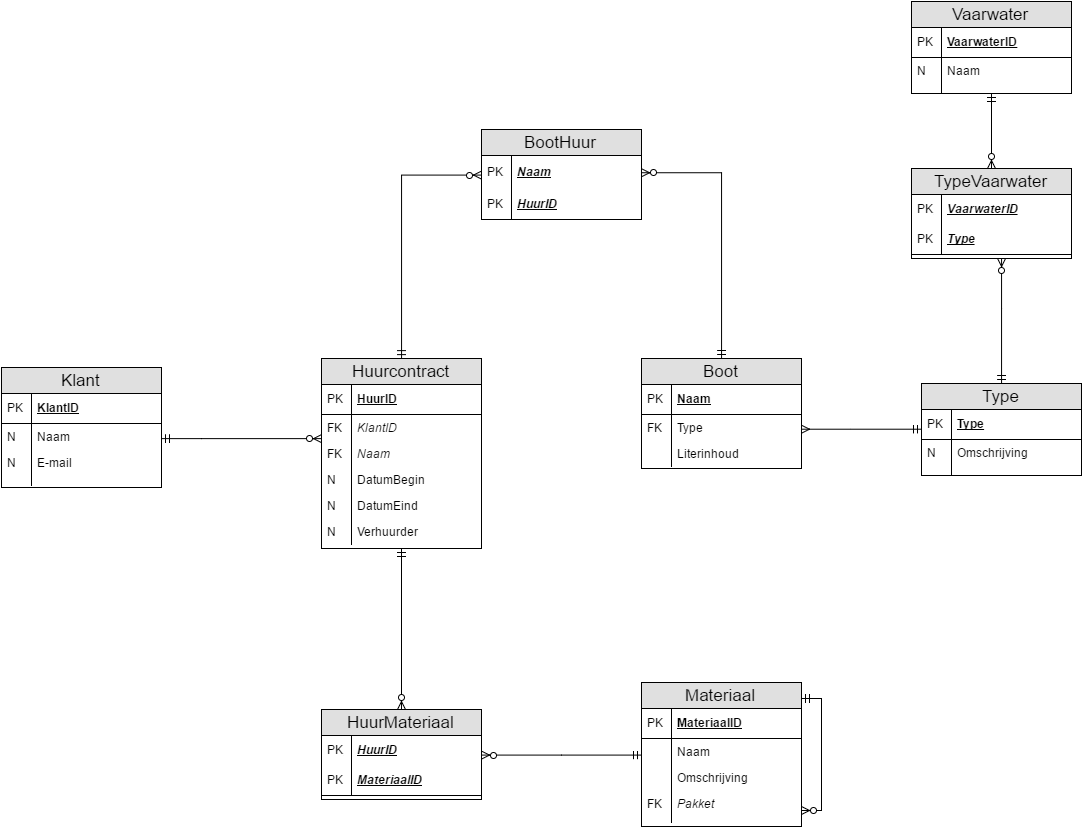
Above: Database model 't Sloepke.png in FireRageNL/LivePerformance (draw.io), before the change. Source tidied: cells renumbered, new cells last; positions are measured from the earlier drawing's top-left corner, leaving out a move shared by most shapes.
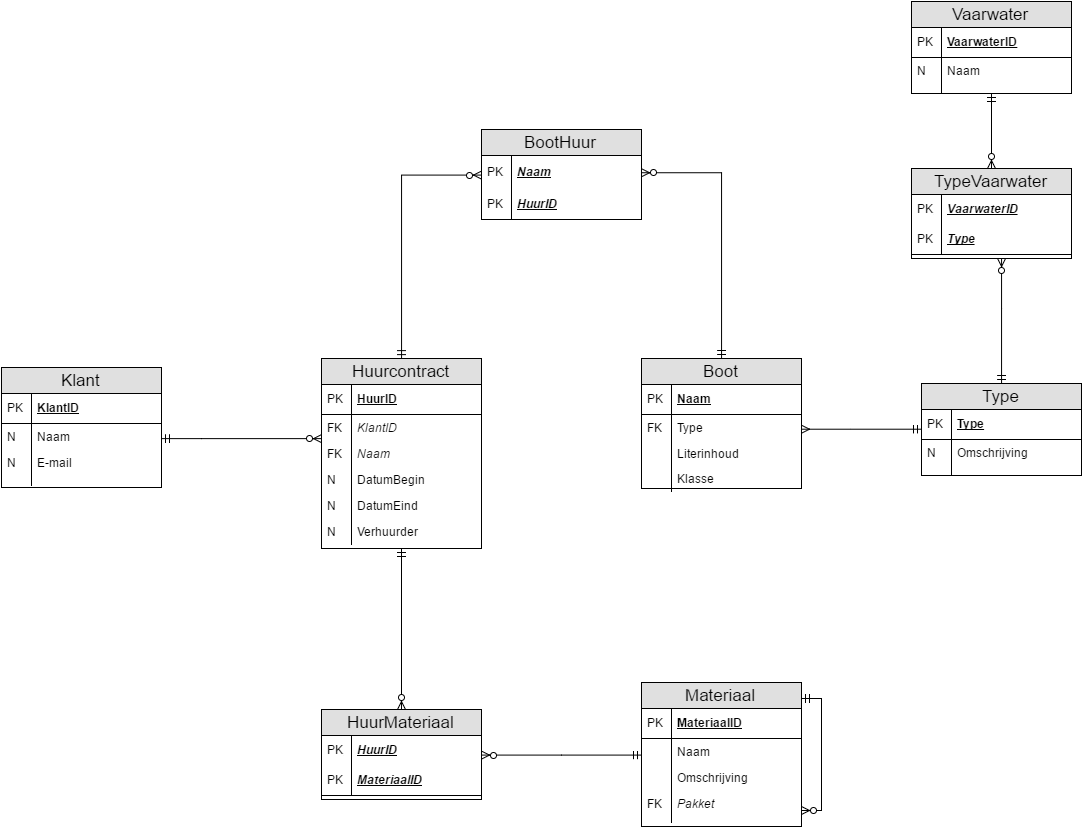
Above is the later version.

Commit message:
Testplan gemaakt en kleine fix aan database model en klassendiagram.

Change to the diagram source:
```diff
@@ -74,7 +74,7 @@
       <mxGeometry relative="1" as="geometry" />
     </mxCell>
     <mxCell id="24" value="Boot" style="swimlane;html=1;fontStyle=0;horizontal=1;startSize=26;fillColor=#e0e0e0;swimlaneFillColor=#ffffff;align=center;fontSize=17;" parent="1" vertex="1">
-      <mxGeometry x="640" y="357" width="160" height="110" as="geometry" />
+      <mxGeometry x="640" y="357" width="160" height="130" as="geometry" />
     </mxCell>
     <mxCell id="25" value="Naam" style="shape=partialRectangle;top=0;left=0;right=0;bottom=1;html=1;align=left;verticalAlign=middle;fillColor=none;spacingLeft=34;spacingRight=4;whiteSpace=wrap;overflow=hidden;fontStyle=5;" parent="24" vertex="1">
       <mxGeometry y="26" width="160" height="30" as="geometry" />
@@ -257,5 +257,11 @@
     <mxCell id="77" value="N" style="shape=partialRectangle;top=0;left=0;bottom=0;html=1;fillColor=none;align=left;verticalAlign=top;spacingLeft=4;spacingRight=4;whiteSpace=wrap;overflow=hidden;" parent="76" vertex="1">
       <mxGeometry width="30" height="26" as="geometry" />
     </mxCell>
+    <mxCell id="78" value="Klasse" style="shape=partialRectangle;top=0;left=0;right=0;bottom=0;html=1;align=left;verticalAlign=top;fillColor=none;spacingLeft=34;spacingRight=4;whiteSpace=wrap;overflow=hidden;" parent="1" vertex="1">
+      <mxGeometry x="640" y="464" width="160" height="26" as="geometry" />
+    </mxCell>
+    <mxCell id="79" style="shape=partialRectangle;top=0;left=0;bottom=0;html=1;fillColor=none;align=left;verticalAlign=top;spacingLeft=4;spacingRight=4;whiteSpace=wrap;overflow=hidden;" parent="78" vertex="1">
+      <mxGeometry width="30" height="26" as="geometry" />
+    </mxCell>
   </root>
 </mxGraphModel>
```
